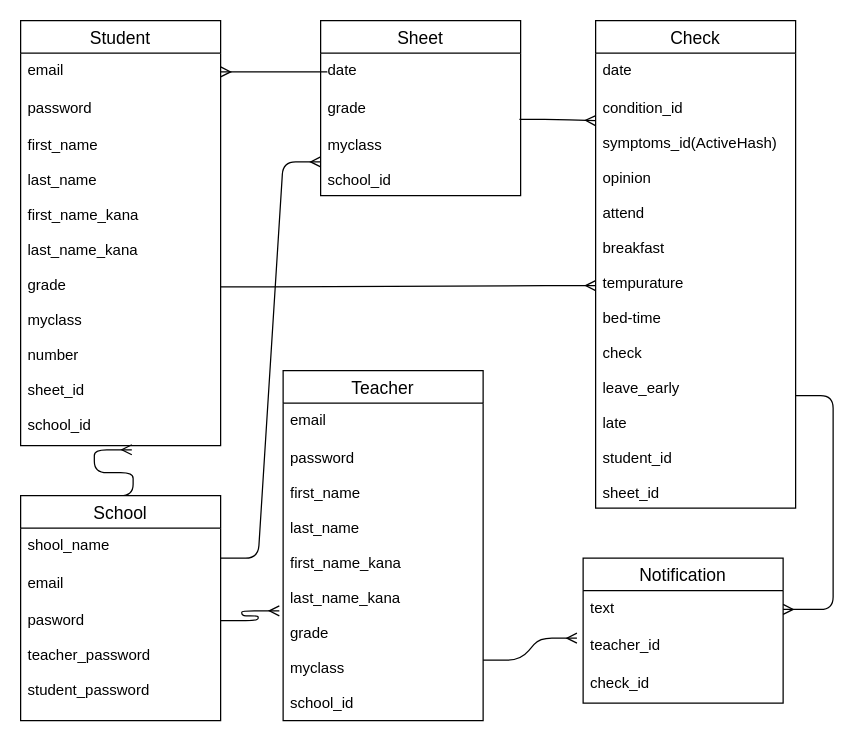
This is ER.dio from masataku/health_check, a draw.io file, before an edit. Source tidied: cells renumbered, new cells numbered last; positions are measured from the earlier drawing's top-left corner, leaving out a move shared by most shapes. Both pictures are drawn from the tidied source at 125%, with x=0, y=0 at pixel (20, 20).
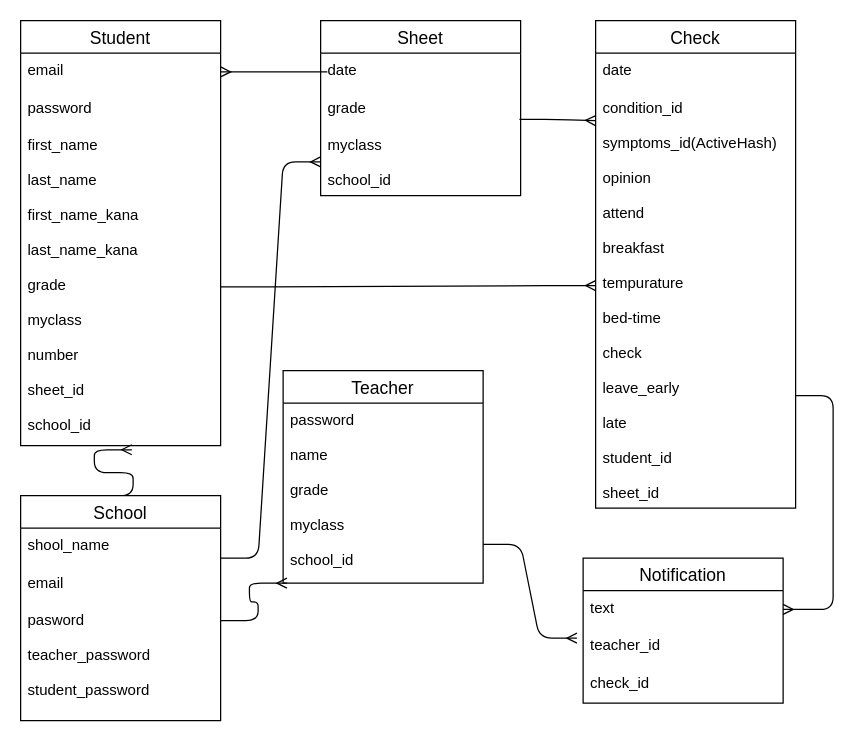
Above is the later version.

Commit message (it also covers changes not shown here):
teacherの設計の修正

What changed in the source:
```diff
@@
     <mxCell id="14" value="Teacher" style="swimlane;fontStyle=0;horizontal=1;startSize=26;align=center;fontSize=14;" parent="1" vertex="1">
-      <mxGeometry x="210" y="280" width="160" height="280" as="geometry" />
+      <mxGeometry x="210" y="280" width="160" height="170" as="geometry" />
     </mxCell>
-    <mxCell id="15" value="email" style="text;strokeColor=none;fillColor=none;spacingLeft=4;spacingRight=4;overflow=hidden;fontSize=12;" parent="14" vertex="1">
-      <mxGeometry y="26" width="160" height="30" as="geometry" />
-    </mxCell>
@@
-    <mxCell id="17" value="password&#10;&#10;first_name&#10;&#10;last_name&#10;&#10;first_name_kana&#10;&#10;last_name_kana&#10;&#10;grade&#10;&#10;myclass&#10;&#10;school_id" style="text;strokeColor=none;fillColor=none;spacingLeft=4;spacingRight=4;overflow=hidden;points=[[0,0.5],[1,0.5]];portConstraint=eastwest;fontSize=12;" parent="14" vertex="1">
-      <mxGeometry y="56" width="160" height="224" as="geometry" />
+    <mxCell id="17" value="password&#10;&#10;name&#10;&#10;grade&#10;&#10;myclass&#10;&#10;school_id" style="text;strokeColor=none;fillColor=none;spacingLeft=4;spacingRight=4;overflow=hidden;points=[[0,0.5],[1,0.5]];portConstraint=eastwest;fontSize=12;" parent="14" vertex="1">
+      <mxGeometry y="26" width="160" height="144" as="geometry" />
     </mxCell>
@@
-    <mxCell id="30" style="edgeStyle=entityRelationEdgeStyle;fontSize=12;html=1;endArrow=ERmany;entryX=-0.019;entryY=0.608;entryDx=0;entryDy=0;entryPerimeter=0;" parent="1" edge="1" target="17">
+    <mxCell id="30" style="edgeStyle=entityRelationEdgeStyle;fontSize=12;html=1;endArrow=ERmany;entryX=0.019;entryY=1;entryDx=0;entryDy=0;entryPerimeter=0;" parent="1" edge="1" target="17">
       <mxGeometry relative="1" as="geometry">
         <mxPoint x="160" y="480" as="sourcePoint" />
       </mxGeometry>
     </mxCell>
```
